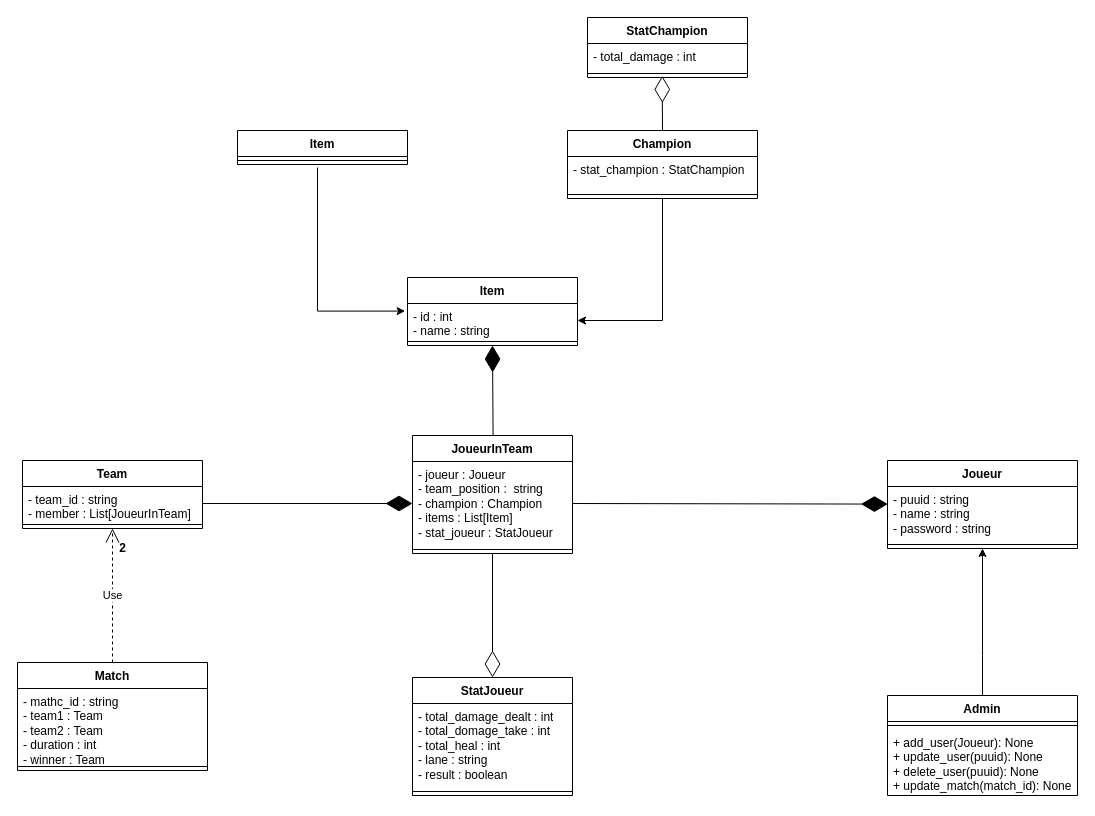
The draw.io diagram Image Prod/League of legends.drawio in Niyo-D-JC/HelpWork, before the edit. Source tidied: cells renumbered, new cells numbered last; positions are measured from the earlier drawing's top-left corner, leaving out a move shared by most shapes. Both pictures are drawn from the tidied source at 100%, with x=0, y=0 at pixel (17, 17).
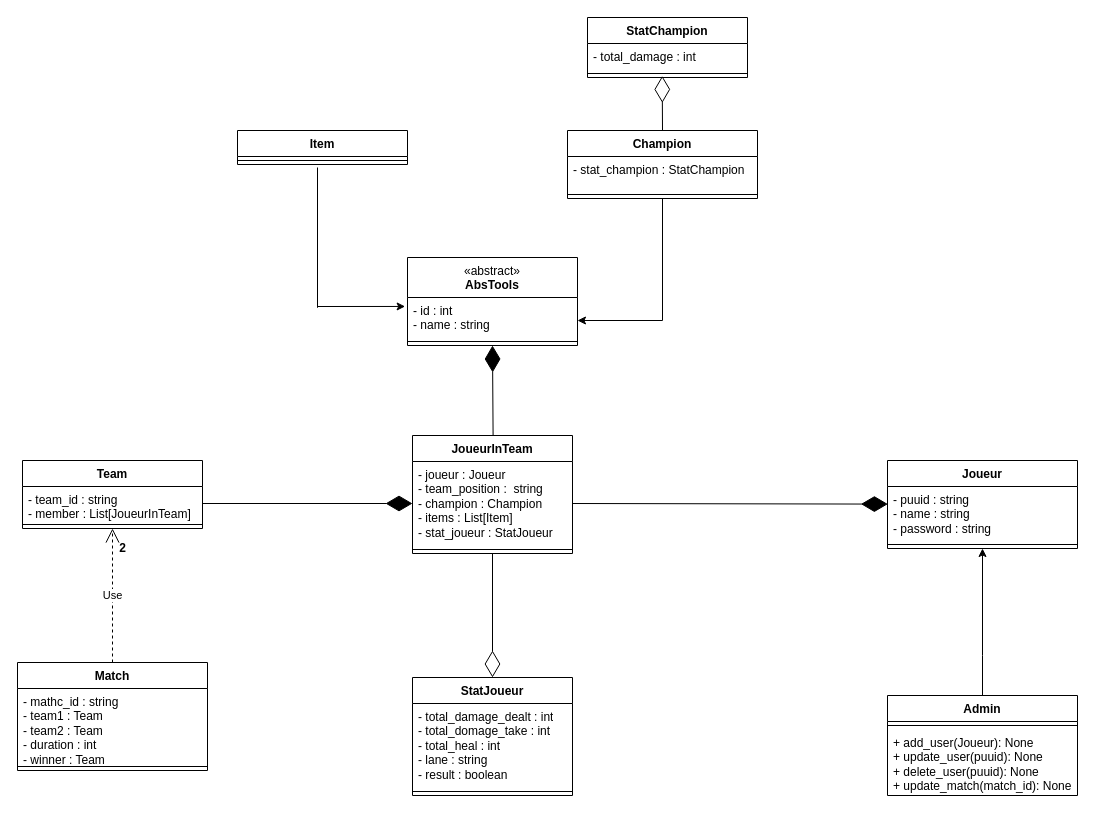
The same page after the edit.

The change refers to these unchanged cells:
```xml
<mxCell id="24" value="Champion" style="swimlane;fontStyle=1;align=center;verticalAlign=top;horizontal=1;startSize=26;whiteSpace=wrap;html=1;" parent="1" vertex="1">
  <mxGeometry x="550" y="113" width="190" height="68" as="geometry" />
</mxCell>
```

Diff of the diagram source:
```diff
@@
-    <mxCell id="36" value="Item" style="swimlane;fontStyle=1;align=center;verticalAlign=top;horizontal=1;startSize=26;whiteSpace=wrap;html=1;" parent="1" vertex="1">
-      <mxGeometry x="390" y="260" width="170" height="68" as="geometry" />
+    <mxCell id="36" value="&lt;span style=&quot;font-weight: normal;&quot;&gt;«abstract»&lt;br style=&quot;border-color: var(--border-color);&quot;&gt;&lt;/span&gt;AbsTools" style="swimlane;fontStyle=1;align=center;verticalAlign=top;horizontal=1;startSize=40;whiteSpace=wrap;html=1;" parent="1" vertex="1">
+      <mxGeometry x="390" y="240" width="170" height="88" as="geometry" />
     </mxCell>
     <mxCell id="37" value="- id : int&lt;br&gt;- name : string" style="text;strokeColor=none;fillColor=none;align=left;verticalAlign=top;spacingLeft=4;spacingRight=4;overflow=hidden;points=[[0,0.5],[1,0.5]];portConstraint=eastwest;whiteSpace=wrap;html=1;" parent="36" vertex="1">
-      <mxGeometry y="26" width="170" height="34" as="geometry" />
+      <mxGeometry y="40" width="170" height="40" as="geometry" />
     </mxCell>
     <mxCell id="38" style="line;strokeWidth=1;fillColor=none;align=left;verticalAlign=middle;spacingTop=-1;spacingLeft=3;spacingRight=3;labelPosition=right;strokeColor=inherit;" parent="36" vertex="1">
-      <mxGeometry y="60" width="170" height="8" as="geometry" />
+      <mxGeometry y="80" width="170" height="8" as="geometry" />
     </mxCell>
@@
-    <mxCell id="40" style="edgeStyle=orthogonalEdgeStyle;rounded=0;jettySize=auto;html=1;exitX=0.5;exitY=1;exitDx=0;exitDy=0;entryX=1;entryY=0.5;entryDx=0;entryDy=0;" parent="1" edge="1" source="24" target="37">
+    <mxCell id="40" style="edgeStyle=orthogonalEdgeStyle;rounded=0;jettySize=auto;html=1;exitX=0.5;exitY=1;exitDx=0;exitDy=0;" parent="1" edge="1" source="24" target="37">
       <mxGeometry relative="1" as="geometry">
         <Array as="points">
           <mxPoint x="645" y="303" />
         </Array>
       </mxGeometry>
     </mxCell>
```
